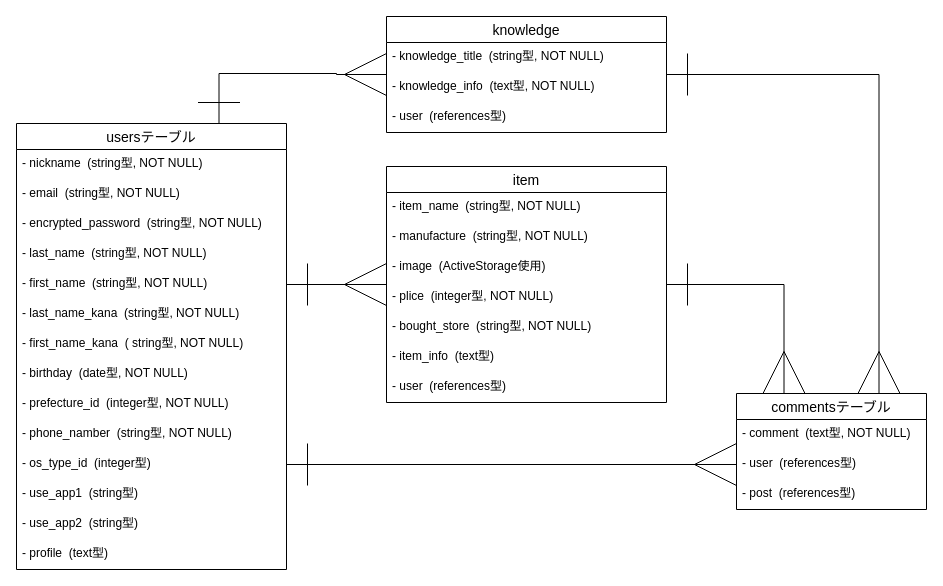
This is page "ER図" (1 of 2) of ER.dio from sushi1129/side-business-36374, a draw.io file, before an edit. Source tidied: cells renumbered, new cells numbered last; positions are measured from the earlier drawing's top-left corner, leaving out a move shared by most shapes. Both pictures are drawn from the tidied source at 100%, with x=0, y=0 at pixel (16, 16).
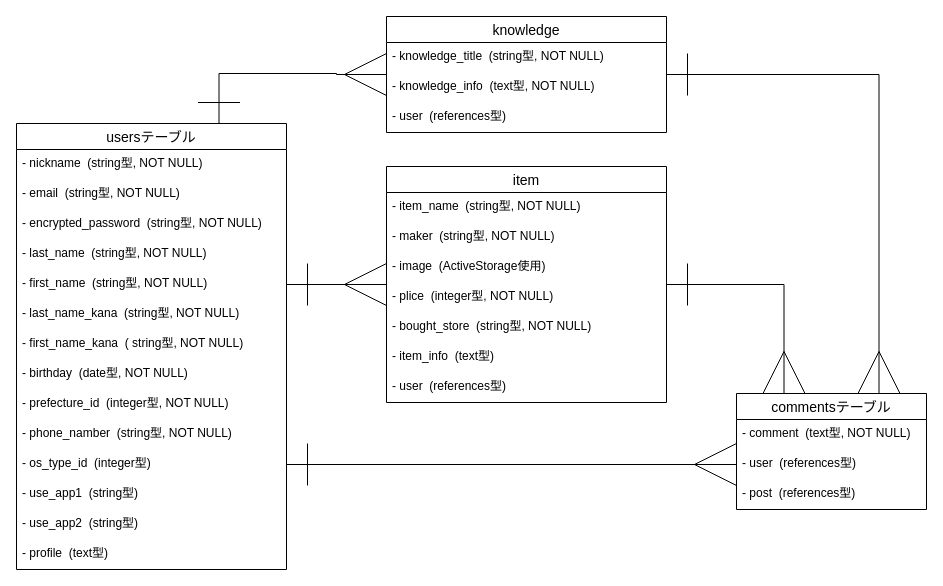
After the change.

Unchanged cells that the change refers to:
```xml
<mxCell id="29" value="item" style="swimlane;fontStyle=0;horizontal=1;startSize=26;align=center;fontSize=14;" parent="1" vertex="1">
  <mxGeometry x="370" y="150" width="280" height="236" as="geometry" />
</mxCell>
```

Change to the diagram source:
```diff
@@
-    <mxCell id="31" value="- manufacture  (string型, NOT NULL)" style="text;strokeColor=none;fillColor=none;spacingLeft=4;spacingRight=4;overflow=hidden;fontSize=12;" parent="29" vertex="1">
+    <mxCell id="31" value="- maker  (string型, NOT NULL)" style="text;strokeColor=none;fillColor=none;spacingLeft=4;spacingRight=4;overflow=hidden;fontSize=12;" parent="29" vertex="1">
       <mxGeometry y="56" width="280" height="30" as="geometry" />
     </mxCell>
```
